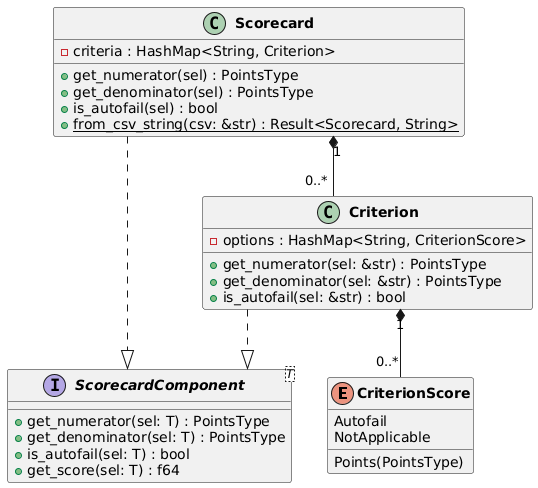
finleyowen/qams keeps this PlantUML diagram as design/uml/scorecard.png. Above is the earlier version.
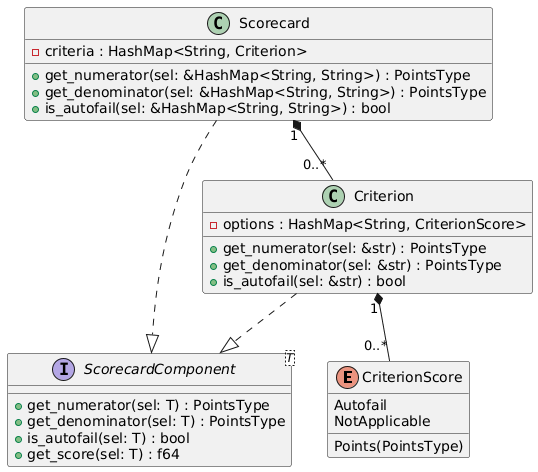
After the commit.

What changed in the source:
```diff
@@ -1,8 +1,5 @@
 @startuml scorecard
 
-skinparam monochrome false
-skinparam classFontStyle bold
-skinparam linetype ortho
 
 enum CriterionScore {
   Points(PointsType)
@@ -26,10 +23,9 @@
 
 class Scorecard {
   - criteria : HashMap<String, Criterion>
-  + get_numerator(sel) : PointsType
-  + get_denominator(sel) : PointsType
-  + is_autofail(sel) : bool
-  + {static} from_csv_string(csv: &str) : Result<Scorecard, String>
+  + get_numerator(sel: &HashMap<String, String>) : PointsType
+  + get_denominator(sel: &HashMap<String, String>) : PointsType
+  + is_autofail(sel: &HashMap<String, String>) : bool
 }
 
 Criterion ..|> ScorecardComponent
```
